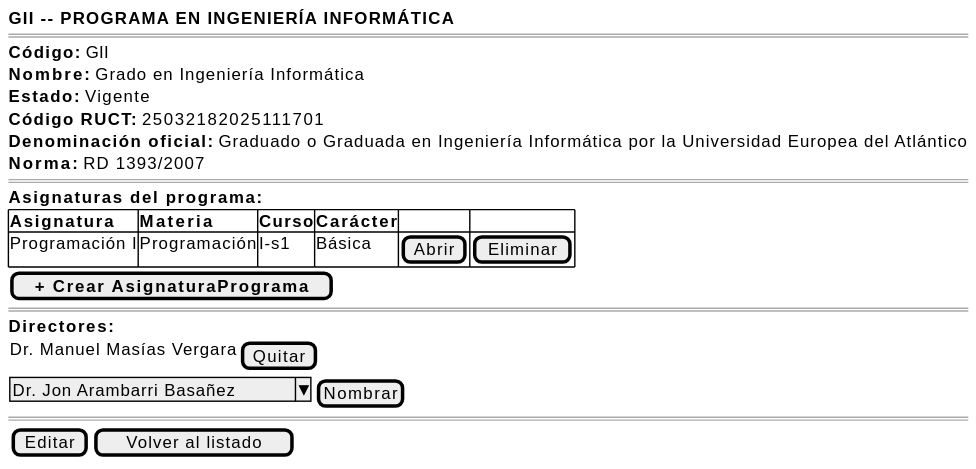
The PlantUML diagram images/RUP/01-requisitos/03-detalle-casos-uso/abrirPrograma/wireframe.svg in mmasias/pyCeldaPublico, before a commit. Source of this version:
```plantuml
@startsalt abrirPrograma-wireframe
{
    <b>GII -- PROGRAMA EN INGENIERÍA INFORMÁTICA</b>
    ====
    <b>Código:</b> GII
    <b>Nombre:</b> Grado en Ingeniería Informática
    <b>Estado:</b> Vigente
    <b>Código RUCT:</b> 25032182025111701
    <b>Denominación oficial:</b> Graduado o Graduada en Ingeniería Informática por la Universidad Europea del Atlántico
    <b>Norma:</b> RD 1393/2007
    ====
    <b>Asignaturas del programa:</b>
    {#
        <b>Asignatura | <b>Materia | <b>Curso | <b>Carácter | . | .
        Programación I | Programación | I-s1 | Básica | [Abrir] | [Eliminar]
    }
    [ <b>+ Crear AsignaturaPrograma</b> ]
    ====
    <b>Directores:</b>
    {
        Dr. Manuel Masías Vergara | [Quitar]
    }
    {
        ^Dr. Jon Arambarri Basañez^ | [Nombrar]
    }
    ====
    {[Editar] | [Volver al listado]}
}
@endsalt
```
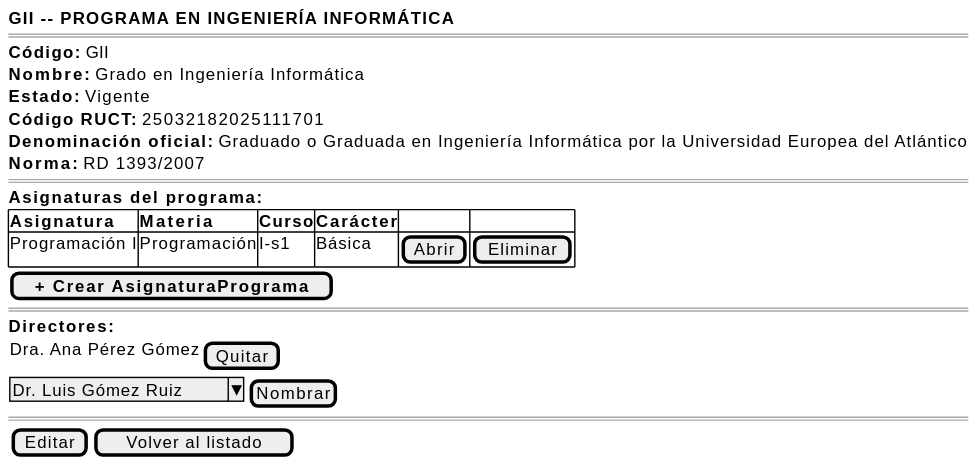
The same file after the commit.

What changed in the source:
```diff
@@ -18,10 +18,10 @@
     ====
     <b>Directores:</b>
     {
-        Dr. Manuel Masías Vergara | [Quitar]
+        Dra. Ana Pérez Gómez | [Quitar]
     }
     {
-        ^Dr. Jon Arambarri Basañez^ | [Nombrar]
+        ^Dr. Luis Gómez Ruiz^ | [Nombrar]
     }
     ====
     {[Editar] | [Volver al listado]}
```
